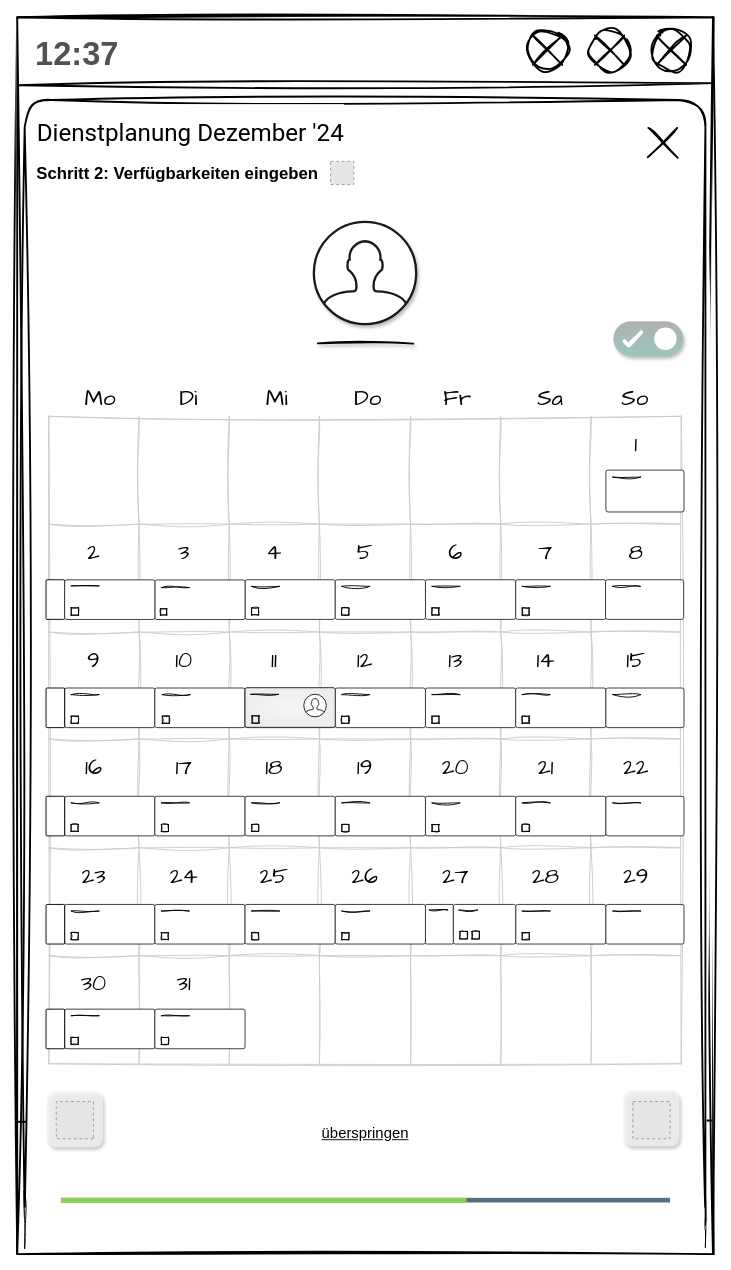
The draw.io diagram page "VE_1" (6 of 7) of 5_Pitch/Mockup_UserFlow_CreateWorkSchedule.drawio in annikalenneper/praxisprojekt_mi_bachelor_SoSe24, before the edit. Source tidied: cells renumbered, new cells numbered last; positions are measured from the earlier drawing's top-left corner, leaving out a move shared by most shapes. Both pictures are drawn from the tidied source at 93%, with x=0, y=0 at pixel (17, 17). Pictures stored in the file or linked from it are replaced by grey dashed boxes.
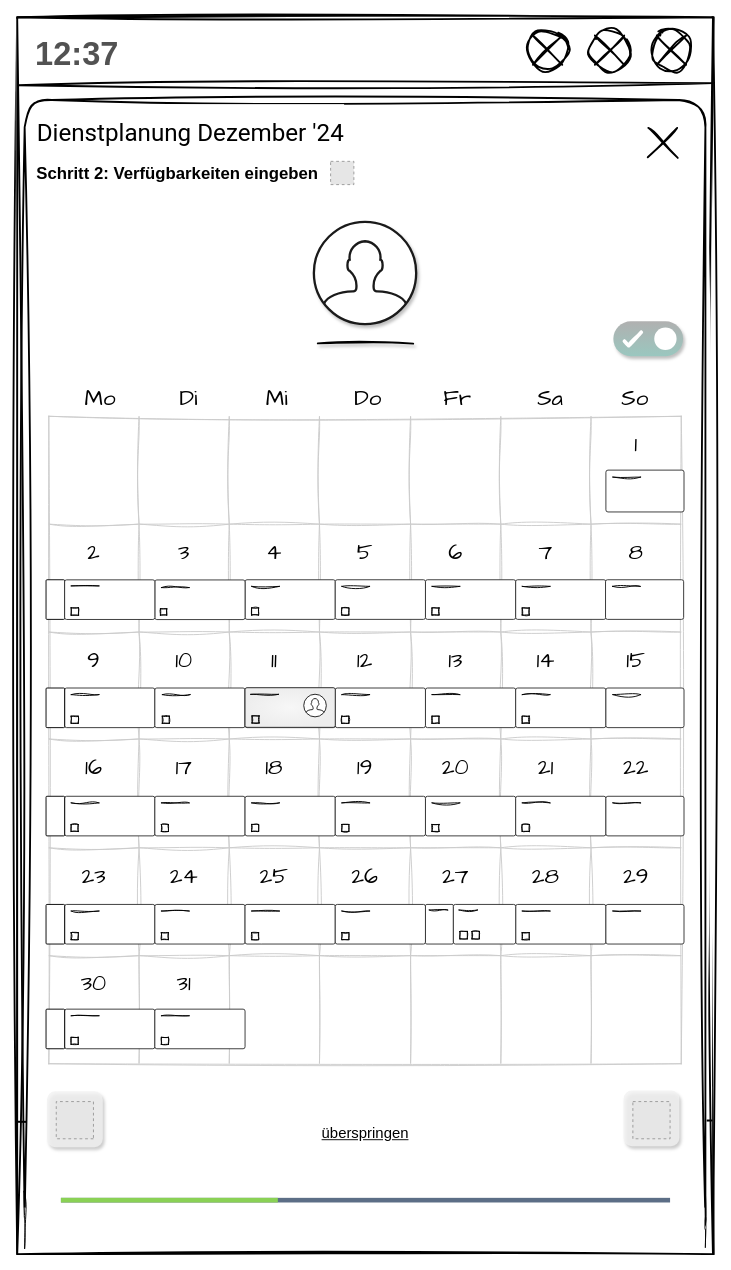
The same page after the edit.

What changed in the source:
```diff
@@
-    <mxCell id="42" style="verticalLabelPosition=bottom;verticalAlign=top;html=1;shadow=0;dashed=0;strokeWidth=1;shape=mxgraph.ios.iCloudProgressBar;barPos=66.58;" parent="1" vertex="1">
+    <mxCell id="42" style="verticalLabelPosition=bottom;verticalAlign=top;html=1;shadow=0;dashed=0;strokeWidth=1;shape=mxgraph.ios.iCloudProgressBar;barPos=35.61;" parent="1" vertex="1">
       <mxGeometry x="47" y="1257" width="655" height="30" as="geometry" />
     </mxCell>
```
